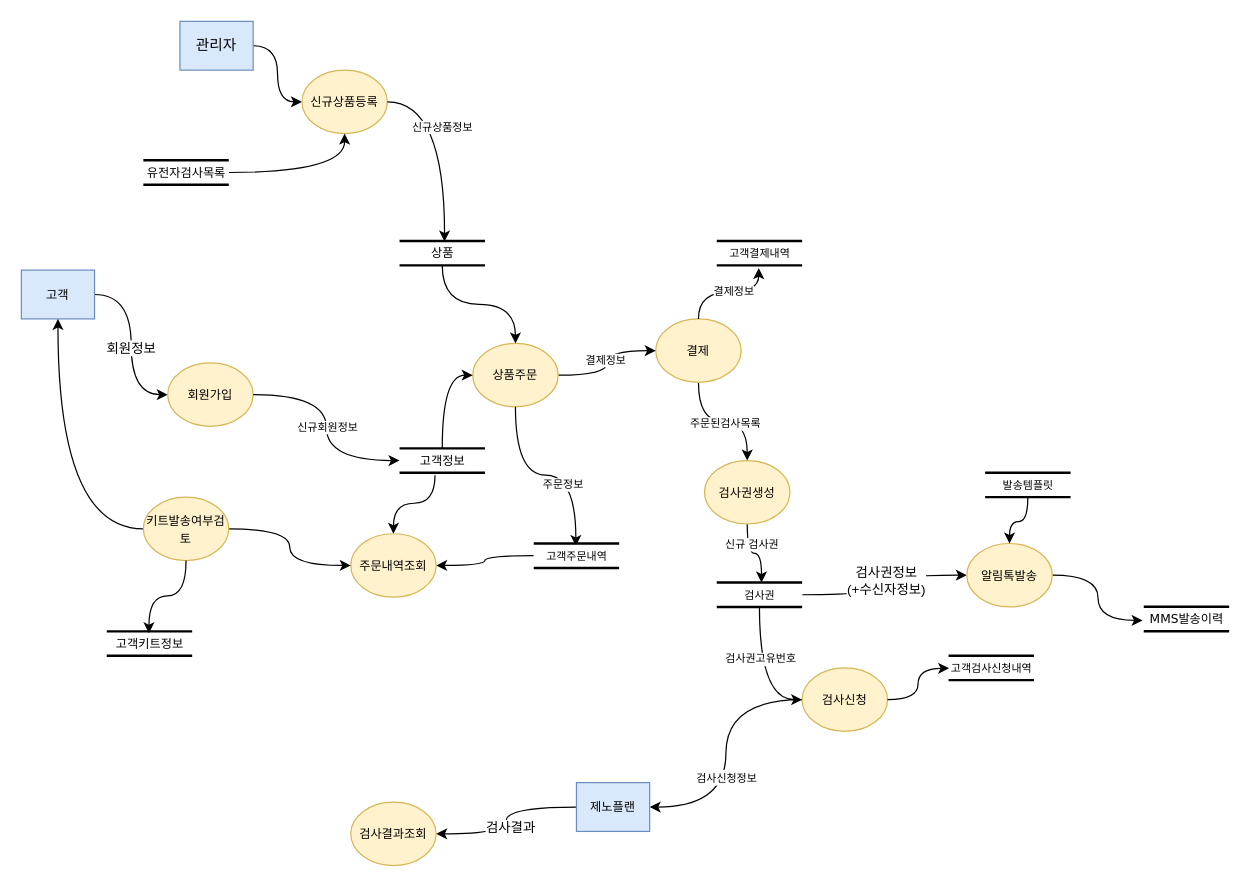
The draw.io diagram DFD_제노플랜.drawio in k3srpn/Architecture, before the edit. Source tidied: cells renumbered, new cells numbered last; positions are measured from the earlier drawing's top-left corner, leaving out a move shared by most shapes. Both pictures are drawn from the tidied source at 122%, with x=0, y=0 at pixel (21, 21).
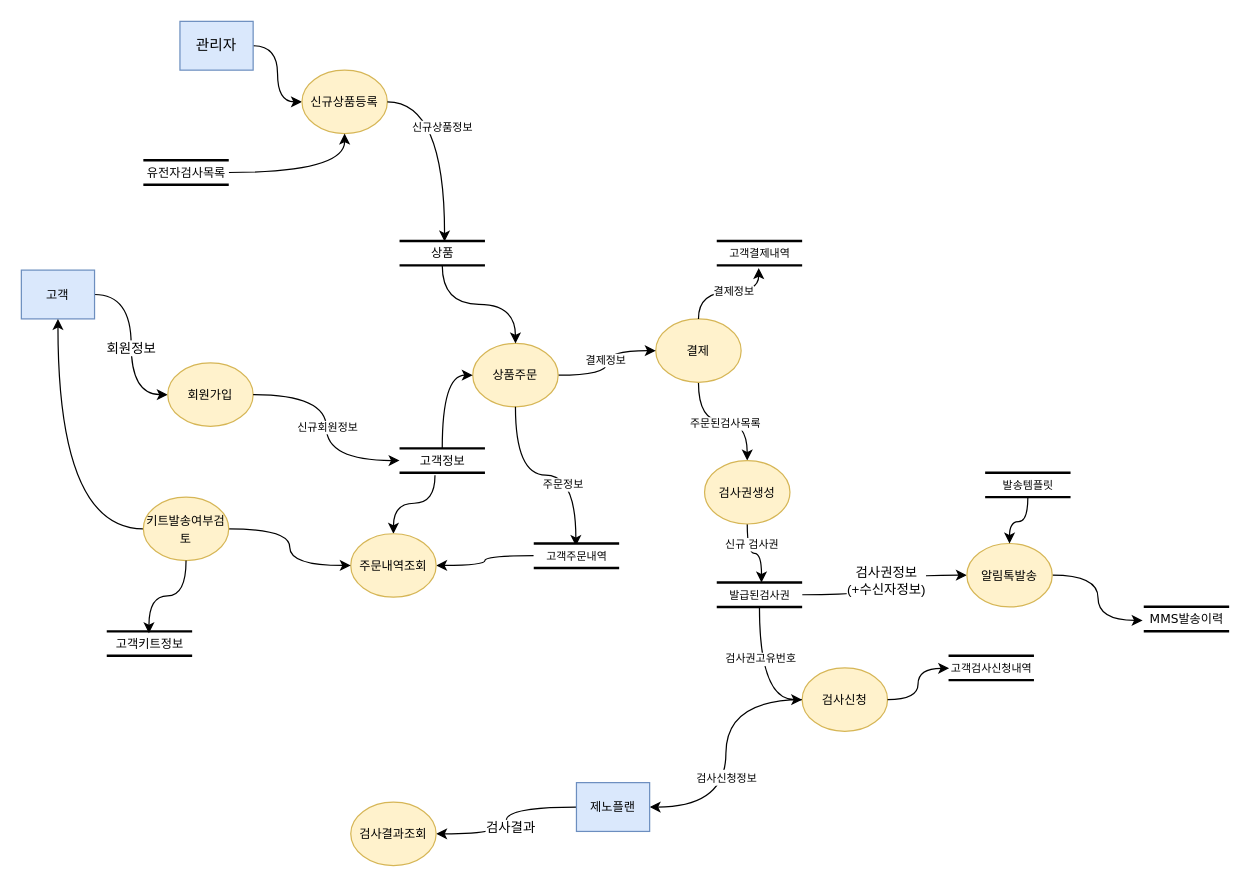
After the change.

Commit message:
검사권 -> 발급된 검사권 이름 변경

The edit, as a diff of the source:
```diff
@@
-    <mxCell id="28" value="&lt;font style=&quot;font-size: 9px;&quot;&gt;검사권&lt;/font&gt;" style="html=1;rounded=0;shadow=0;comic=0;labelBackgroundColor=none;strokeWidth=2;fontFamily=Verdana;fontSize=12;align=center;shape=mxgraph.ios7ui.horLines;" parent="1" vertex="1">
+    <mxCell id="28" value="&lt;font style=&quot;font-size: 9px;&quot;&gt;발급된검사권&lt;br&gt;&lt;/font&gt;" style="html=1;rounded=0;shadow=0;comic=0;labelBackgroundColor=none;strokeWidth=2;fontFamily=Verdana;fontSize=12;align=center;shape=mxgraph.ios7ui.horLines;" parent="1" vertex="1">
       <mxGeometry x="570" y="460" width="70" height="20" as="geometry" />
     </mxCell>
```
